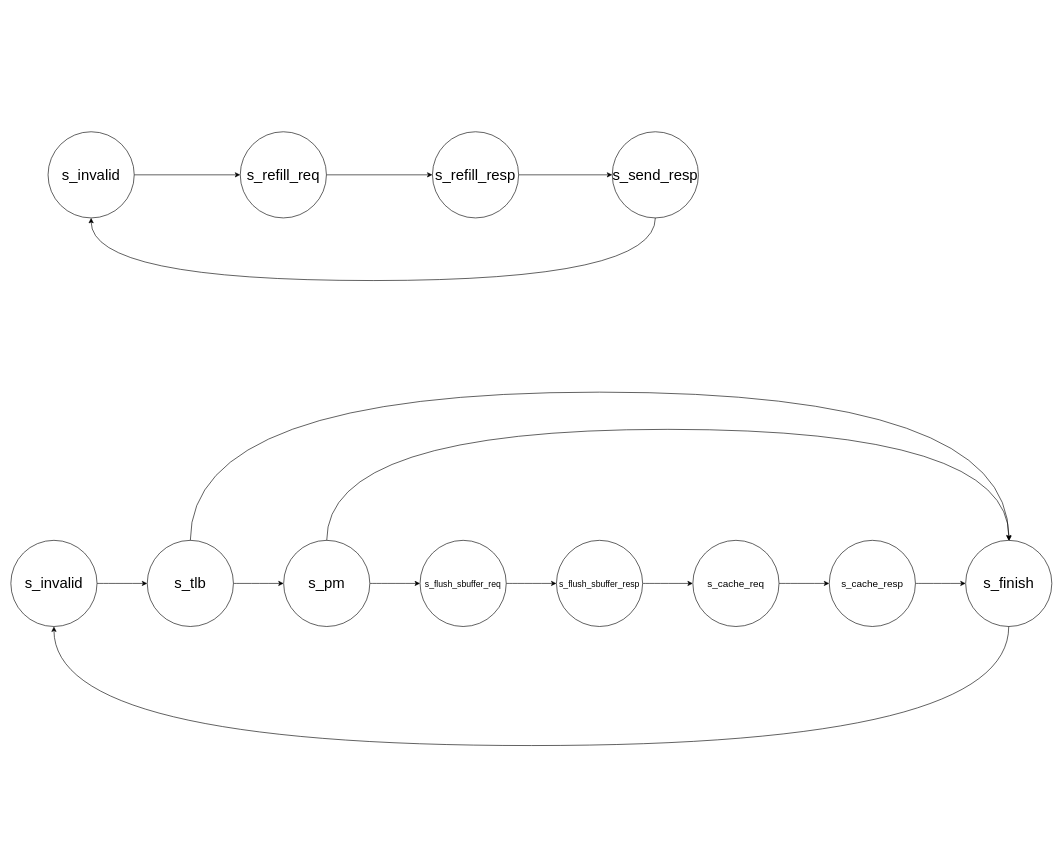
Earlier version of the draw.io diagram xiangshan_fsm.drawio (happy-lx/drawio). Source tidied: cells renumbered, new cells numbered last; positions are measured from the earlier drawing's top-left corner, leaving out a move shared by most shapes. Both pictures are drawn from the tidied source at 62%, with x=0, y=0 at pixel (11, 131).
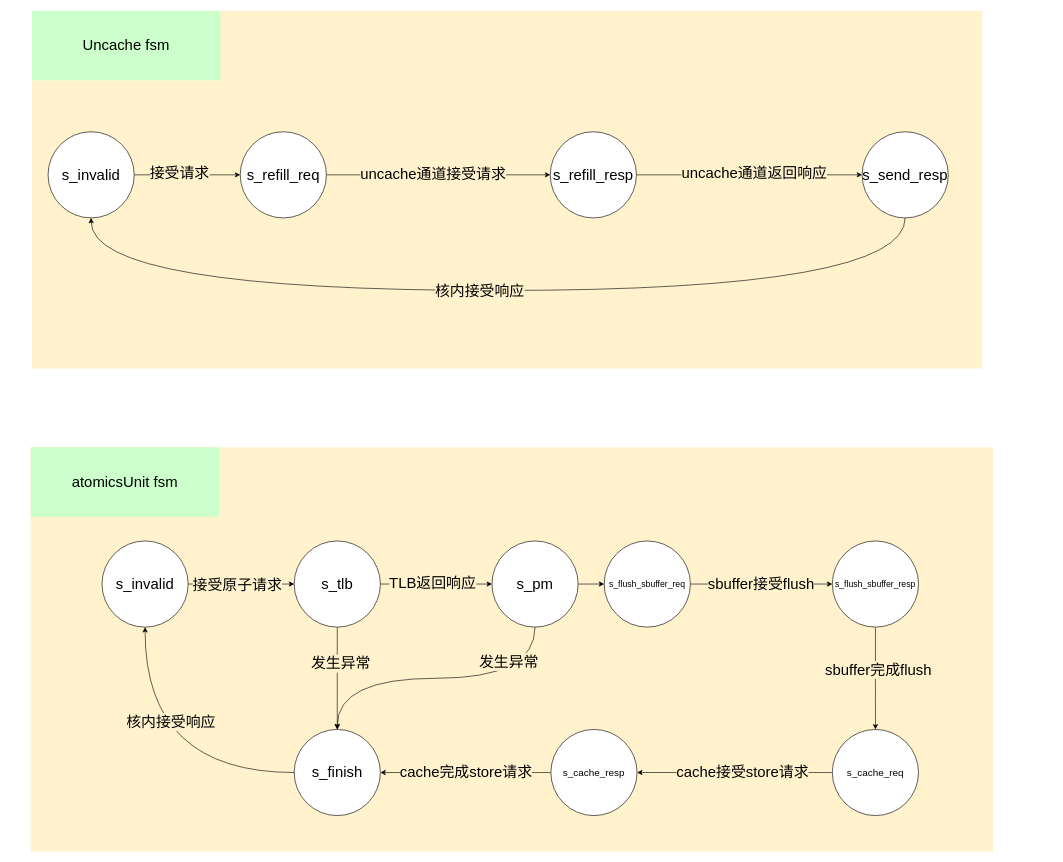
Above is the later version.

Unchanged cells that the change refers to:
```xml
<mxCell id="2" style="edgeStyle=orthogonalEdgeStyle;rounded=0;jettySize=auto;html=1;exitX=1;exitY=0.5;exitDx=0;exitDy=0;fontSize=24;" parent="1" edge="1" source="3" target="5">
  <mxGeometry relative="1" as="geometry" />
</mxCell>
<mxCell id="3" value="&lt;p&gt;&lt;font style=&quot;font-size: 24px&quot;&gt;s_invalid&lt;/font&gt;&lt;/p&gt;" style="ellipse;whiteSpace=wrap;html=1;" parent="1" vertex="1">
  <mxGeometry x="60" width="139" height="139" as="geometry" />
</mxCell>
<mxCell id="4" style="edgeStyle=orthogonalEdgeStyle;rounded=0;jettySize=auto;html=1;exitX=1;exitY=0.5;exitDx=0;exitDy=0;fontSize=24;" parent="1" edge="1" source="5" target="7">
  <mxGeometry relative="1" as="geometry" />
</mxCell>
<mxCell id="9" style="edgeStyle=orthogonalEdgeStyle;curved=1;rounded=0;jettySize=auto;html=1;exitX=1;exitY=0.5;exitDx=0;exitDy=0;fontSize=24;" parent="1" edge="1" source="10" target="12">
  <mxGeometry relative="1" as="geometry" />
</mxCell>
<mxCell id="11" style="edgeStyle=orthogonalEdgeStyle;curved=1;rounded=0;jettySize=auto;html=1;exitX=1;exitY=0.5;exitDx=0;exitDy=0;entryX=0;entryY=0.5;entryDx=0;entryDy=0;fontSize=24;" parent="1" edge="1" source="12" target="14">
  <mxGeometry relative="1" as="geometry" />
</mxCell>
<mxCell id="15" style="edgeStyle=orthogonalEdgeStyle;curved=1;rounded=0;jettySize=auto;html=1;exitX=1;exitY=0.5;exitDx=0;exitDy=0;entryX=0;entryY=0.5;entryDx=0;entryDy=0;fontSize=24;" parent="1" edge="1" source="16" target="18">
  <mxGeometry relative="1" as="geometry" />
</mxCell>
```

What changed in the source:
```diff
@@
+    <mxCell id="28" style="rounded=0;whiteSpace=wrap;html=1;fontSize=24;fillColor=#fff2cc;strokeColor=none;" parent="1" vertex="1">
+      <mxGeometry x="32" y="509" width="1552" height="652" as="geometry" />
+    </mxCell>
+    <mxCell id="29" style="rounded=0;whiteSpace=wrap;html=1;fontSize=24;fillColor=#fff2cc;strokeColor=none;" parent="1" vertex="1">
+      <mxGeometry x="34" y="-195" width="1533" height="577" as="geometry" />
+    </mxCell>
@@
+    <mxCell id="30" value="接受请求" style="edgeLabel;html=1;align=center;verticalAlign=middle;fontSize=24;labelBackgroundColor=#FFF2CC;" parent="2" vertex="1">
+      <mxGeometry x="-0.32" y="4" relative="1" as="geometry">
+        <mxPoint x="14" y="1" as="offset" />
+      </mxGeometry>
+    </mxCell>
@@
+    <mxCell id="31" value="uncache通道接受请求" style="edgeLabel;html=1;align=center;verticalAlign=middle;fontSize=24;labelBackgroundColor=#FFF2CC;" parent="4" vertex="1">
+      <mxGeometry x="-0.28" y="2" relative="1" as="geometry">
+        <mxPoint x="41" as="offset" />
+      </mxGeometry>
+    </mxCell>
@@
     <mxCell id="7" value="&lt;p&gt;&lt;font style=&quot;font-size: 24px&quot;&gt;s_refill_resp&lt;/font&gt;&lt;/p&gt;" style="ellipse;whiteSpace=wrap;html=1;" parent="1" vertex="1">
-      <mxGeometry x="680" width="139" height="139" as="geometry" />
+      <mxGeometry x="870" width="139" height="139" as="geometry" />
     </mxCell>
     <mxCell id="8" value="&lt;p&gt;&lt;font style=&quot;font-size: 24px&quot;&gt;s_send_resp&lt;/font&gt;&lt;/p&gt;" style="ellipse;whiteSpace=wrap;html=1;" parent="1" vertex="1">
-      <mxGeometry x="970" width="139" height="139" as="geometry" />
+      <mxGeometry x="1373" width="139" height="139" as="geometry" />
     </mxCell>
@@
+    <mxCell id="32" value="接受原子请求" style="edgeLabel;html=1;align=center;verticalAlign=middle;fontSize=24;labelBackgroundColor=#FFF2CC;" parent="9" vertex="1">
+      <mxGeometry x="-0.17" y="-3" relative="1" as="geometry">
+        <mxPoint x="7" y="-1" as="offset" />
+      </mxGeometry>
+    </mxCell>
     <mxCell id="10" value="&lt;p&gt;&lt;font style=&quot;font-size: 24px&quot;&gt;s_invalid&lt;/font&gt;&lt;/p&gt;" style="ellipse;whiteSpace=wrap;html=1;" parent="1" vertex="1">
-      <mxGeometry y="659" width="139" height="139" as="geometry" />
+      <mxGeometry x="147" y="660" width="139" height="139" as="geometry" />
     </mxCell>
@@
+    <mxCell id="33" value="TLB返回响应" style="edgeLabel;html=1;align=center;verticalAlign=middle;fontSize=24;labelBackgroundColor=#FFF2CC;" parent="11" vertex="1">
+      <mxGeometry x="-0.4" y="5" relative="1" as="geometry">
+        <mxPoint x="29" y="3" as="offset" />
+      </mxGeometry>
+    </mxCell>
+    <mxCell id="26" style="edgeStyle=orthogonalEdgeStyle;curved=1;rounded=0;jettySize=auto;html=1;exitX=0.5;exitY=1;exitDx=0;exitDy=0;fontSize=24;" parent="1" edge="1" source="12" target="23">
+      <mxGeometry relative="1" as="geometry" />
+    </mxCell>
+    <mxCell id="34" value="发生异常" style="edgeLabel;html=1;align=center;verticalAlign=middle;fontSize=24;labelBackgroundColor=#FFF2CC;" parent="26" vertex="1">
+      <mxGeometry x="-0.3" y="5" relative="1" as="geometry" />
+    </mxCell>
     <mxCell id="12" value="&lt;p&gt;&lt;font style=&quot;font-size: 24px&quot;&gt;s_tlb&lt;/font&gt;&lt;/p&gt;" style="ellipse;whiteSpace=wrap;html=1;" parent="1" vertex="1">
-      <mxGeometry x="220" y="659" width="139" height="139" as="geometry" />
+      <mxGeometry x="457" y="660" width="139" height="139" as="geometry" />
     </mxCell>
@@
     <mxCell id="14" value="&lt;p&gt;&lt;font style=&quot;font-size: 24px&quot;&gt;s_pm&lt;/font&gt;&lt;/p&gt;" style="ellipse;whiteSpace=wrap;html=1;" parent="1" vertex="1">
-      <mxGeometry x="440" y="659" width="139" height="139" as="geometry" />
+      <mxGeometry x="776" y="660" width="139" height="139" as="geometry" />
     </mxCell>
@@
+    <mxCell id="35" value="sbuffer接受flush" style="edgeLabel;html=1;align=center;verticalAlign=middle;fontSize=24;labelBackgroundColor=#FFF2CC;" parent="15" vertex="1">
+      <mxGeometry x="-0.11" y="-1" relative="1" as="geometry">
+        <mxPoint x="11" y="-1" as="offset" />
+      </mxGeometry>
+    </mxCell>
     <mxCell id="16" value="&lt;p&gt;&lt;font style=&quot;font-size: 14px&quot;&gt;s_flush_sbuffer_req&lt;/font&gt;&lt;/p&gt;" style="ellipse;whiteSpace=wrap;html=1;" parent="1" vertex="1">
-      <mxGeometry x="660" y="659" width="139" height="139" as="geometry" />
+      <mxGeometry x="957" y="660" width="139" height="139" as="geometry" />
     </mxCell>
-    <mxCell id="17" style="edgeStyle=orthogonalEdgeStyle;curved=1;rounded=0;jettySize=auto;html=1;exitX=1;exitY=0.5;exitDx=0;exitDy=0;entryX=0;entryY=0.5;entryDx=0;entryDy=0;fontSize=24;" parent="1" edge="1" source="18" target="20">
+    <mxCell id="17" style="edgeStyle=orthogonalEdgeStyle;curved=1;rounded=0;jettySize=auto;html=1;exitX=0.5;exitY=1;exitDx=0;exitDy=0;fontSize=24;" parent="1" edge="1" source="18" target="20">
       <mxGeometry relative="1" as="geometry" />
     </mxCell>
+    <mxCell id="36" value="sbuffer完成flush" style="edgeLabel;html=1;align=center;verticalAlign=middle;fontSize=24;labelBackgroundColor=#FFF2CC;" parent="17" vertex="1">
+      <mxGeometry x="-0.17" y="4" relative="1" as="geometry" />
+    </mxCell>
     <mxCell id="18" value="&lt;p&gt;&lt;font style=&quot;font-size: 14px&quot;&gt;s_flush_sbuffer_resp&lt;/font&gt;&lt;/p&gt;" style="ellipse;whiteSpace=wrap;html=1;" parent="1" vertex="1">
-      <mxGeometry x="880" y="659" width="139" height="139" as="geometry" />
+      <mxGeometry x="1325" y="660" width="139" height="139" as="geometry" />
     </mxCell>
-    <mxCell id="19" style="edgeStyle=orthogonalEdgeStyle;curved=1;rounded=0;jettySize=auto;html=1;exitX=1;exitY=0.5;exitDx=0;exitDy=0;entryX=0;entryY=0.5;entryDx=0;entryDy=0;fontSize=24;" parent="1" edge="1" source="20" target="22">
+    <mxCell id="19" style="edgeStyle=orthogonalEdgeStyle;curved=1;rounded=0;jettySize=auto;html=1;exitX=0;exitY=0.5;exitDx=0;exitDy=0;entryX=1;entryY=0.5;entryDx=0;entryDy=0;fontSize=24;" parent="1" edge="1" source="20" target="22">
       <mxGeometry relative="1" as="geometry" />
     </mxCell>
+    <mxCell id="37" value="cache接受store请求" style="edgeLabel;html=1;align=center;verticalAlign=middle;fontSize=24;labelBackgroundColor=#FFF2CC;" parent="19" vertex="1">
+      <mxGeometry x="0.17" y="-1" relative="1" as="geometry">
+        <mxPoint x="38" y="1" as="offset" />
+      </mxGeometry>
+    </mxCell>
     <mxCell id="20" value="&lt;p&gt;&lt;font style=&quot;font-size: 16px&quot;&gt;s_cache_req&lt;/font&gt;&lt;/p&gt;" style="ellipse;whiteSpace=wrap;html=1;" parent="1" vertex="1">
-      <mxGeometry x="1100" y="659" width="139" height="139" as="geometry" />
+      <mxGeometry x="1325" y="964" width="139" height="139" as="geometry" />
     </mxCell>
-    <mxCell id="21" style="edgeStyle=orthogonalEdgeStyle;curved=1;rounded=0;jettySize=auto;html=1;exitX=1;exitY=0.5;exitDx=0;exitDy=0;fontSize=24;" parent="1" edge="1" source="22" target="23">
+    <mxCell id="21" style="edgeStyle=orthogonalEdgeStyle;curved=1;rounded=0;jettySize=auto;html=1;exitX=0;exitY=0.5;exitDx=0;exitDy=0;entryX=1;entryY=0.5;entryDx=0;entryDy=0;fontSize=24;" parent="1" edge="1" source="22" target="23">
       <mxGeometry relative="1" as="geometry" />
     </mxCell>
+    <mxCell id="38" value="cache完成store请求" style="edgeLabel;html=1;align=center;verticalAlign=middle;fontSize=24;labelBackgroundColor=#FFF2CC;" parent="21" vertex="1">
+      <mxGeometry x="0.3" y="-2" relative="1" as="geometry">
+        <mxPoint x="41" y="2" as="offset" />
+      </mxGeometry>
+    </mxCell>
     <mxCell id="22" value="&lt;p&gt;&lt;font style=&quot;font-size: 16px&quot;&gt;s_cache_resp&lt;/font&gt;&lt;/p&gt;" style="ellipse;whiteSpace=wrap;html=1;" parent="1" vertex="1">
-      <mxGeometry x="1320" y="659" width="139" height="139" as="geometry" />
+      <mxGeometry x="871" y="964" width="139" height="139" as="geometry" />
     </mxCell>
+    <mxCell id="25" style="edgeStyle=orthogonalEdgeStyle;curved=1;rounded=0;jettySize=auto;html=1;exitX=0;exitY=0.5;exitDx=0;exitDy=0;entryX=0.5;entryY=1;entryDx=0;entryDy=0;fontSize=24;" parent="1" edge="1" source="23" target="10">
+      <mxGeometry relative="1" as="geometry" />
+    </mxCell>
+    <mxCell id="39" value="核内接受响应" style="edgeLabel;html=1;align=center;verticalAlign=middle;fontSize=24;labelBackgroundColor=#FFF2CC;" parent="25" vertex="1">
+      <mxGeometry x="0.36" y="-41" relative="1" as="geometry" />
+    </mxCell>
     <mxCell id="23" value="&lt;p&gt;&lt;font style=&quot;font-size: 24px&quot;&gt;s_finish&lt;/font&gt;&lt;/p&gt;" style="ellipse;whiteSpace=wrap;html=1;" parent="1" vertex="1">
-      <mxGeometry x="1540" y="659" width="139" height="139" as="geometry" />
+      <mxGeometry x="457" y="964" width="139" height="139" as="geometry" />
     </mxCell>
+    <mxCell id="40" value="uncache通道返回响应" style="edgeLabel;html=1;align=center;verticalAlign=middle;fontSize=24;labelBackgroundColor=#FFF2CC;" parent="1" vertex="1">
+      <mxGeometry x="1198" y="66" as="geometry" />
+    </mxCell>
-    <mxCell id="24" style="endArrow=classic;html=1;rounded=0;fontSize=24;edgeStyle=orthogonalEdgeStyle;curved=1;exitX=0.5;exitY=1;exitDx=0;exitDy=0;entryX=0.5;entryY=1;entryDx=0;entryDy=0;" parent="1" edge="1" source="8" target="3">
+    <mxCell id="24" style="endArrow=classic;html=1;rounded=0;fontSize=24;edgeStyle=orthogonalEdgeStyle;curved=1;exitX=0.5;exitY=1;exitDx=0;exitDy=0;" parent="1" edge="1" source="8" target="3">
       <mxGeometry relative="1" as="geometry">
         <Array as="points">
-          <mxPoint x="1040" y="240" />
-          <mxPoint x="130" y="240" />
+          <mxPoint x="1443" y="256" />
+          <mxPoint x="130" y="256" />
         </Array>
       </mxGeometry>
     </mxCell>
-    <mxCell id="25" style="endArrow=classic;html=1;rounded=0;fontSize=24;curved=1;edgeStyle=orthogonalEdgeStyle;exitX=0.5;exitY=1;exitDx=0;exitDy=0;" parent="1" edge="1" source="23" target="10">
-      <mxGeometry relative="1" as="geometry">
-        <Array as="points">
-          <mxPoint x="1610" y="990" />
-          <mxPoint x="70" y="990" />
-        </Array>
-      </mxGeometry>
-    </mxCell>
-    <mxCell id="26" style="endArrow=classic;html=1;rounded=0;fontSize=24;curved=1;edgeStyle=orthogonalEdgeStyle;entryX=0.5;entryY=0;entryDx=0;entryDy=0;exitX=0.5;exitY=0;exitDx=0;exitDy=0;" parent="1" edge="1" source="12" target="23">
-      <mxGeometry relative="1" as="geometry">
-        <Array as="points">
-          <mxPoint x="290" y="420" />
-          <mxPoint x="1610" y="420" />
-        </Array>
-      </mxGeometry>
-    </mxCell>
-    <mxCell id="27" style="endArrow=classic;html=1;rounded=0;fontSize=24;curved=1;edgeStyle=orthogonalEdgeStyle;exitX=0.5;exitY=0;exitDx=0;exitDy=0;" parent="1" edge="1" source="14">
-      <mxGeometry relative="1" as="geometry">
-        <mxPoint x="1610" y="660" as="targetPoint" />
-        <Array as="points">
-          <mxPoint x="510" y="480" />
-          <mxPoint x="1610" y="480" />
-        </Array>
-      </mxGeometry>
-    </mxCell>
+    <mxCell id="41" value="核内接受响应" style="edgeLabel;html=1;align=center;verticalAlign=middle;fontSize=24;labelBackgroundColor=#FFF2CC;" parent="24" vertex="1">
+      <mxGeometry x="0.04" y="1" relative="1" as="geometry" />
+    </mxCell>
+    <mxCell id="42" style="endArrow=classic;html=1;rounded=0;fontSize=24;curved=1;edgeStyle=orthogonalEdgeStyle;entryX=0.5;entryY=0;entryDx=0;entryDy=0;exitX=0.5;exitY=1;exitDx=0;exitDy=0;" parent="1" edge="1" source="14" target="23">
+      <mxGeometry relative="1" as="geometry" />
+    </mxCell>
+    <mxCell id="43" value="发生异常" style="edgeLabel;html=1;align=center;verticalAlign=middle;fontSize=24;labelBackgroundColor=#FFF2CC;" parent="42" vertex="1">
+      <mxGeometry x="-0.46" y="-16" relative="1" as="geometry">
+        <mxPoint x="5" y="-11" as="offset" />
+      </mxGeometry>
+    </mxCell>
+    <mxCell id="44" value="Uncache fsm" style="rounded=0;whiteSpace=wrap;html=1;fontSize=24;fillColor=#CCFFCC;strokeColor=none;" parent="1" vertex="1">
+      <mxGeometry x="34" y="-195" width="304" height="112" as="geometry" />
+    </mxCell>
+    <mxCell id="45" value="atomicsUnit fsm" style="rounded=0;whiteSpace=wrap;html=1;fontSize=24;fillColor=#CCFFCC;strokeColor=none;" parent="1" vertex="1">
+      <mxGeometry x="32" y="509" width="304" height="112" as="geometry" />
+    </mxCell>
```
